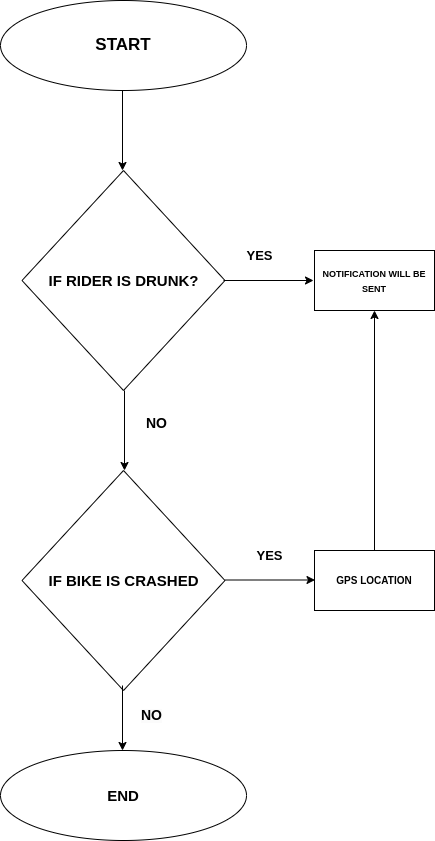
Before: DFD0 Diagram.drawio.png, a diagram exported from draw.io (rushikesh-mallanath/draw). Source tidied: cells renumbered, new cells last; positions are measured from the earlier drawing's top-left corner, leaving out a move shared by most shapes.
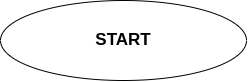
The same diagram one commit later.

Change to the diagram source:
```diff
@@ -3,67 +3,7 @@
     <mxCell id="0" />
     <mxCell id="1" parent="0" />
     <mxCell id="2" value="&lt;b&gt;&lt;font style=&quot;font-size: 17px;&quot;&gt;START&lt;/font&gt;&lt;/b&gt;" style="ellipse;whiteSpace=wrap;html=1;" parent="1" vertex="1">
-      <mxGeometry width="246" height="90" as="geometry" />
+      <mxGeometry width="246" height="80" as="geometry" />
     </mxCell>
-    <mxCell id="3" style="endArrow=classic;html=1;rounded=0;endFill=1;" parent="1" edge="1">
-      <mxGeometry relative="1" as="geometry">
-        <mxPoint x="122" y="90" as="sourcePoint" />
-        <mxPoint x="122" y="170" as="targetPoint" />
-      </mxGeometry>
-    </mxCell>
-    <mxCell id="4" value="&lt;b&gt;&lt;font style=&quot;font-size: 15px;&quot;&gt;IF RIDER IS DRUNK?&lt;/font&gt;&lt;/b&gt;" style="rhombus;whiteSpace=wrap;html=1;" parent="1" vertex="1">
-      <mxGeometry x="21.5" y="170" width="203" height="220" as="geometry" />
-    </mxCell>
-    <mxCell id="5" style="edgeStyle=orthogonalEdgeStyle;rounded=0;orthogonalLoop=1;jettySize=auto;html=1;" parent="1" edge="1">
-      <mxGeometry relative="1" as="geometry">
-        <mxPoint x="124" y="390" as="sourcePoint" />
-        <mxPoint x="124" y="470" as="targetPoint" />
-      </mxGeometry>
-    </mxCell>
-    <mxCell id="6" value="&lt;b style=&quot;font-size: 15px;&quot;&gt;&lt;span style=&quot;&quot;&gt;IF&amp;nbsp;&lt;/span&gt;BIKE IS CRASHED&lt;/b&gt;" style="rhombus;whiteSpace=wrap;html=1;" parent="1" vertex="1">
-      <mxGeometry x="21.5" y="470" width="203" height="220" as="geometry" />
-    </mxCell>
-    <mxCell id="7" style="edgeStyle=orthogonalEdgeStyle;rounded=0;orthogonalLoop=1;jettySize=auto;html=1;" parent="1" edge="1">
-      <mxGeometry relative="1" as="geometry">
-        <mxPoint x="122" y="685" as="sourcePoint" />
-        <mxPoint x="122" y="750" as="targetPoint" />
-      </mxGeometry>
-    </mxCell>
-    <mxCell id="8" value="&lt;span style=&quot;font-size: 15px;&quot;&gt;&lt;b&gt;END&lt;/b&gt;&lt;/span&gt;" style="ellipse;whiteSpace=wrap;html=1;" parent="1" vertex="1">
-      <mxGeometry y="750" width="246" height="90" as="geometry" />
-    </mxCell>
-    <mxCell id="9" style="endArrow=classic;html=1;rounded=0;" parent="1" edge="1">
-      <mxGeometry relative="1" as="geometry">
-        <mxPoint x="223" y="280" as="sourcePoint" />
-        <mxPoint x="313" y="280" as="targetPoint" />
-      </mxGeometry>
-    </mxCell>
-    <mxCell id="10" style="endArrow=classic;html=1;rounded=0;" parent="1" edge="1">
-      <mxGeometry relative="1" as="geometry">
-        <mxPoint x="224.5" y="579.5" as="sourcePoint" />
-        <mxPoint x="314.5" y="579.5" as="targetPoint" />
-      </mxGeometry>
-    </mxCell>
-    <mxCell id="11" value="&lt;b&gt;&lt;font style=&quot;font-size: 9px;&quot;&gt;NOTIFICATION WILL&amp;nbsp;BE SENT&lt;/font&gt;&lt;/b&gt;" style="rounded=0;whiteSpace=wrap;html=1;" parent="1" vertex="1">
-      <mxGeometry x="314" y="250" width="120" height="60" as="geometry" />
-    </mxCell>
-    <mxCell id="12" value="&lt;font style=&quot;font-size: 10px;&quot;&gt;&lt;b&gt;&lt;font style=&quot;font-size: 10px;&quot;&gt;GPS LOCATIO&lt;/font&gt;N&lt;/b&gt;&lt;/font&gt;" style="rounded=0;whiteSpace=wrap;html=1;" parent="1" vertex="1">
-      <mxGeometry x="314" y="550" width="120" height="60" as="geometry" />
-    </mxCell>
-    <mxCell id="13" style="endArrow=classic;html=1;rounded=0;exitX=0.5;exitY=0;exitDx=0;exitDy=0;entryX=0.5;entryY=1;entryDx=0;entryDy=0;" parent="1" edge="1" source="12" target="11">
-      <mxGeometry relative="1" as="geometry" />
-    </mxCell>
-    <mxCell id="14" value="&lt;b&gt;&lt;font style=&quot;font-size: 13px;&quot;&gt;YES&lt;/font&gt;&lt;/b&gt;" style="text;html=1;align=center;verticalAlign=middle;strokeColor=none;fillColor=none;" parent="1" vertex="1">
-      <mxGeometry x="234" y="240" width="50" height="30" as="geometry" />
-    </mxCell>
-    <mxCell id="15" value="&lt;b&gt;&lt;font style=&quot;font-size: 13px;&quot;&gt;YES&lt;/font&gt;&lt;/b&gt;" style="text;html=1;align=center;verticalAlign=middle;strokeColor=none;fillColor=none;" parent="1" vertex="1">
-      <mxGeometry x="244" y="540" width="50" height="30" as="geometry" />
-    </mxCell>
-    <mxCell id="16" value="&lt;b&gt;&lt;font style=&quot;font-size: 14px;&quot;&gt;NO&lt;/font&gt;&lt;/b&gt;" style="text;html=1;align=center;verticalAlign=middle;strokeColor=none;fillColor=none;" parent="1" vertex="1">
-      <mxGeometry x="136" y="408" width="40" height="30" as="geometry" />
-    </mxCell>
-    <mxCell id="17" value="&lt;b style=&quot;border-color: var(--border-color); color: rgb(0, 0, 0); font-family: Helvetica; font-size: 12px; font-style: normal; font-variant-ligatures: normal; font-variant-caps: normal; letter-spacing: normal; orphans: 2; text-align: center; text-indent: 0px; text-transform: none; widows: 2; word-spacing: 0px; -webkit-text-stroke-width: 0px; background-color: rgb(251, 251, 251); text-decoration-thickness: initial; text-decoration-style: initial; text-decoration-color: initial;&quot;&gt;&lt;font style=&quot;border-color: var(--border-color); font-size: 14px;&quot;&gt;NO&lt;/font&gt;&lt;/b&gt;" style="text;whiteSpace=wrap;html=1;" parent="1" vertex="1">
-      <mxGeometry x="139" y="700" width="50" height="40" as="geometry" />
-    </mxCell>
   </root>
 </mxGraphModel>
```
